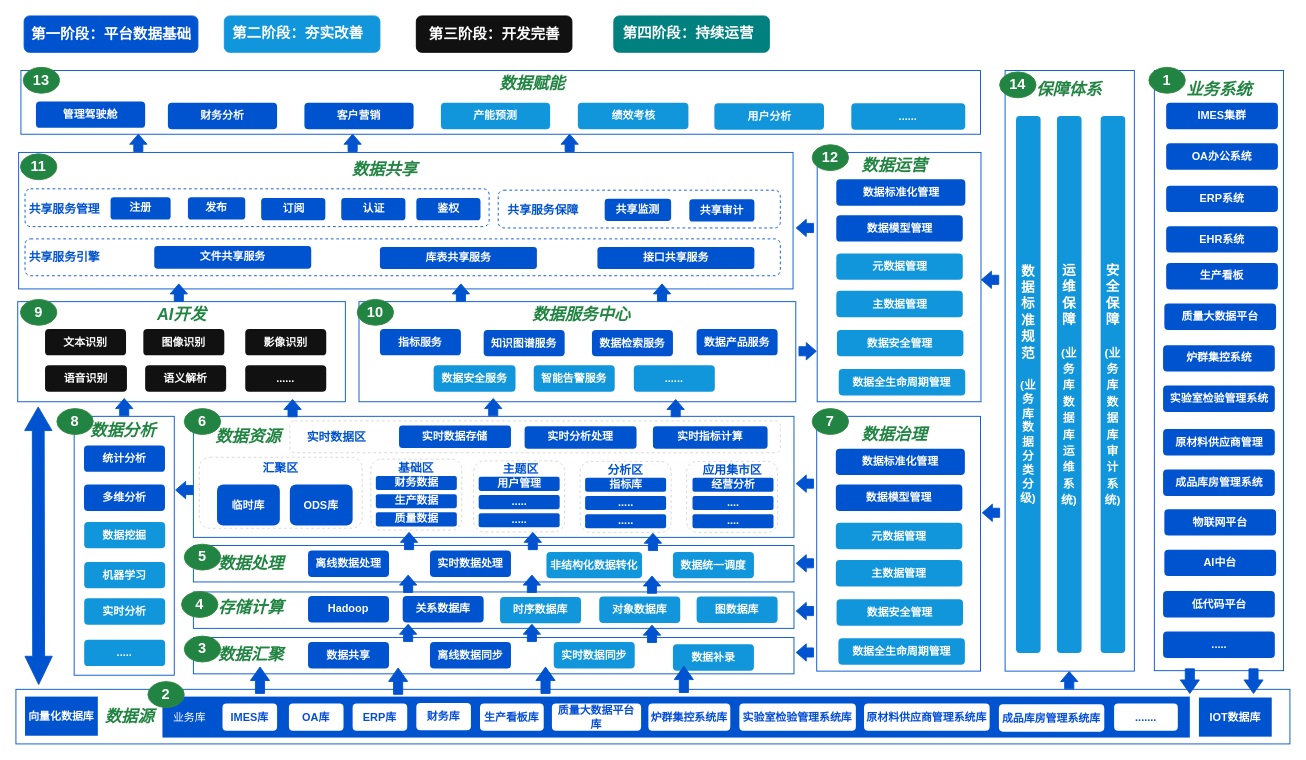
Niujieheng/GitHub_june keeps this draw.io diagram as 数据.drawio. Above is the earlier version. Source tidied: cells renumbered, new cells numbered last; positions are measured from the earlier drawing's top-left corner, leaving out a move shared by most shapes. Both pictures are drawn from the tidied source at 91%, with x=0, y=0 at pixel (15, 15).
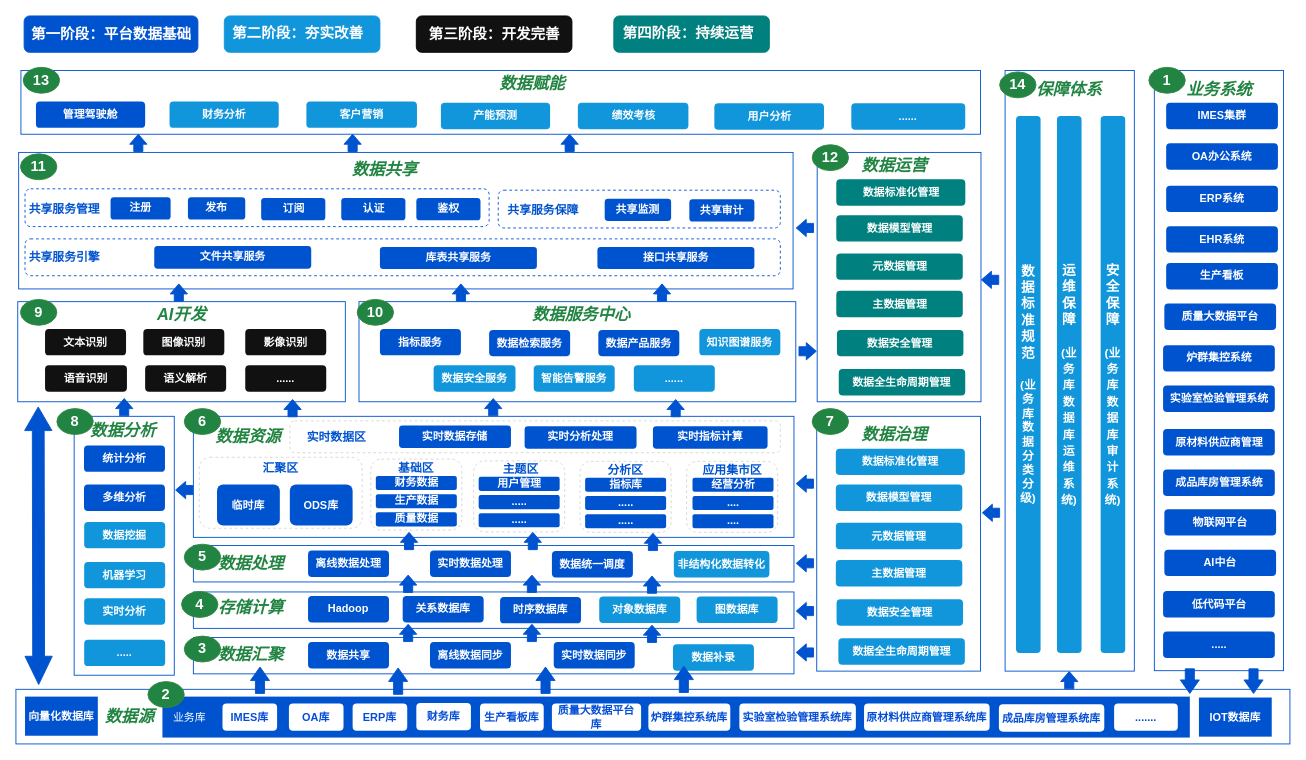
Above is the later version.

What changed in the source:
```diff
@@
-    <mxCell id="29" value="&lt;font color=&quot;#ffffff&quot;&gt;&lt;b&gt;实时数据同步&lt;/b&gt;&lt;/font&gt;" style="text;html=1;whiteSpace=wrap;strokeColor=none;fillColor=light-dark(#1196db, #ededed);align=center;verticalAlign=middle;rounded=1;" parent="1" vertex="1">
+    <mxCell id="29" value="&lt;font color=&quot;#ffffff&quot;&gt;&lt;b&gt;实时数据同步&lt;/b&gt;&lt;/font&gt;" style="text;html=1;whiteSpace=wrap;strokeColor=none;fillColor=light-dark(#0053cf, #ededed);align=center;verticalAlign=middle;rounded=1;" parent="1" vertex="1">
       <mxGeometry x="591" y="688" width="89" height="29" as="geometry" />
     </mxCell>
@@
-    <mxCell id="35" value="&lt;font color=&quot;#ffffff&quot;&gt;&lt;b&gt;时序数据库&lt;/b&gt;&lt;/font&gt;" style="text;html=1;whiteSpace=wrap;strokeColor=none;fillColor=light-dark(#1196db, #ededed);align=center;verticalAlign=middle;rounded=1;" parent="1" vertex="1">
+    <mxCell id="35" value="&lt;font color=&quot;#ffffff&quot;&gt;&lt;b&gt;时序数据库&lt;/b&gt;&lt;/font&gt;" style="text;html=1;whiteSpace=wrap;strokeColor=none;fillColor=light-dark(#0053cf, #ededed);align=center;verticalAlign=middle;rounded=1;" parent="1" vertex="1">
       <mxGeometry x="532" y="638.5" width="89" height="29" as="geometry" />
     </mxCell>
@@
     <mxCell id="42" value="&lt;font color=&quot;#ffffff&quot;&gt;&lt;b&gt;非结构化数据转化&lt;/b&gt;&lt;/font&gt;" style="text;html=1;whiteSpace=wrap;strokeColor=none;fillColor=light-dark(#1196db, #ededed);align=center;verticalAlign=middle;rounded=1;" parent="1" vertex="1">
-      <mxGeometry x="583" y="589" width="105" height="29" as="geometry" />
+      <mxGeometry x="723" y="588" width="105" height="29" as="geometry" />
     </mxCell>
-    <mxCell id="43" value="&lt;font color=&quot;#ffffff&quot;&gt;&lt;b&gt;数据统一调度&lt;/b&gt;&lt;/font&gt;" style="text;html=1;whiteSpace=wrap;strokeColor=none;fillColor=light-dark(#1196db, #ededed);align=center;verticalAlign=middle;rounded=1;" parent="1" vertex="1">
-      <mxGeometry x="722" y="589" width="89" height="29" as="geometry" />
+    <mxCell id="43" value="&lt;font color=&quot;#ffffff&quot;&gt;&lt;b&gt;数据统一调度&lt;/b&gt;&lt;/font&gt;" style="text;html=1;whiteSpace=wrap;strokeColor=none;fillColor=light-dark(#0053cf, #ededed);align=center;verticalAlign=middle;rounded=1;" parent="1" vertex="1">
+      <mxGeometry x="589" y="588" width="89" height="29" as="geometry" />
     </mxCell>
@@
-    <mxCell id="49" value="&lt;font style=&quot;color: light-dark(rgb(255, 255, 255), rgb(237, 237, 237));&quot;&gt;&lt;b style=&quot;&quot;&gt;数据标准化管理&lt;/b&gt;&lt;/font&gt;" style="text;html=1;whiteSpace=wrap;strokeColor=none;fillColor=light-dark(#0053cf, #ededed);align=center;verticalAlign=middle;rounded=1;" parent="1" vertex="1">
+    <mxCell id="49" value="&lt;font style=&quot;color: light-dark(rgb(255, 255, 255), rgb(237, 237, 237));&quot;&gt;&lt;b style=&quot;&quot;&gt;数据标准化管理&lt;/b&gt;&lt;/font&gt;" style="text;html=1;whiteSpace=wrap;strokeColor=none;fillColor=light-dark(#1196db, #ededed);align=center;verticalAlign=middle;rounded=1;" parent="1" vertex="1">
       <mxGeometry x="901" y="475.5" width="141.8" height="29" as="geometry" />
     </mxCell>
-    <mxCell id="50" value="&lt;b style=&quot;color: rgb(255, 255, 255);&quot;&gt;数据模型管理&lt;/b&gt;" style="text;html=1;whiteSpace=wrap;strokeColor=none;fillColor=light-dark(#0053cf, #ededed);align=center;verticalAlign=middle;rounded=1;" parent="1" vertex="1">
+    <mxCell id="50" value="&lt;b style=&quot;color: rgb(255, 255, 255);&quot;&gt;数据模型管理&lt;/b&gt;" style="text;html=1;whiteSpace=wrap;strokeColor=none;fillColor=light-dark(#1196db, #ededed);align=center;verticalAlign=middle;rounded=1;" parent="1" vertex="1">
       <mxGeometry x="901" y="515" width="139" height="29" as="geometry" />
     </mxCell>
@@
-    <mxCell id="71" value="&lt;b style=&quot;color: rgb(255, 255, 255);&quot;&gt;知识图谱服务&lt;/b&gt;" style="text;html=1;whiteSpace=wrap;strokeColor=none;fillColor=light-dark(#0053cf, #ededed);align=center;verticalAlign=middle;rounded=1;" parent="1" vertex="1">
-      <mxGeometry x="514" y="345" width="89" height="29" as="geometry" />
+    <mxCell id="71" value="&lt;b style=&quot;color: rgb(255, 255, 255);&quot;&gt;知识图谱服务&lt;/b&gt;" style="text;html=1;whiteSpace=wrap;strokeColor=none;fillColor=light-dark(#1196db, #ededed);align=center;verticalAlign=middle;rounded=1;" parent="1" vertex="1">
+      <mxGeometry x="751" y="344" width="89" height="29" as="geometry" />
     </mxCell>
@@
     <mxCell id="74" value="&lt;b style=&quot;color: rgb(255, 255, 255);&quot;&gt;数据检索服务&lt;/b&gt;" style="text;html=1;whiteSpace=wrap;strokeColor=none;fillColor=light-dark(#0053cf, #ededed);align=center;verticalAlign=middle;rounded=1;" parent="1" vertex="1">
-      <mxGeometry x="633" y="345" width="89" height="29" as="geometry" />
+      <mxGeometry x="520" y="345" width="89" height="29" as="geometry" />
     </mxCell>
@@
-    <mxCell id="78" value="&lt;font style=&quot;color: light-dark(rgb(255, 255, 255), rgb(237, 237, 237));&quot;&gt;&lt;b style=&quot;&quot;&gt;数据标准化管理&lt;/b&gt;&lt;/font&gt;" style="text;html=1;whiteSpace=wrap;strokeColor=none;fillColor=light-dark(#0053cf, #ededed);align=center;verticalAlign=middle;rounded=1;" parent="1" vertex="1">
+    <mxCell id="78" value="&lt;font style=&quot;color: light-dark(rgb(255, 255, 255), rgb(237, 237, 237));&quot;&gt;&lt;b style=&quot;&quot;&gt;数据标准化管理&lt;/b&gt;&lt;/font&gt;" style="text;html=1;whiteSpace=wrap;strokeColor=none;fillColor=light-dark(#00807f, #EDEDED);align=center;verticalAlign=middle;rounded=1;" parent="1" vertex="1">
       <mxGeometry x="901.5" y="179.5" width="141.8" height="29" as="geometry" />
     </mxCell>
-    <mxCell id="79" value="&lt;b style=&quot;color: rgb(255, 255, 255);&quot;&gt;数据模型管理&lt;/b&gt;" style="text;html=1;whiteSpace=wrap;strokeColor=none;fillColor=light-dark(#0053cf, #ededed);align=center;verticalAlign=middle;rounded=1;" parent="1" vertex="1">
+    <mxCell id="79" value="&lt;b style=&quot;color: rgb(255, 255, 255);&quot;&gt;数据模型管理&lt;/b&gt;" style="text;html=1;whiteSpace=wrap;strokeColor=none;fillColor=light-dark(#00807f, #EDEDED);align=center;verticalAlign=middle;rounded=1;" parent="1" vertex="1">
       <mxGeometry x="901.5" y="219" width="139" height="29" as="geometry" />
     </mxCell>
-    <mxCell id="80" value="&lt;font color=&quot;#ffffff&quot;&gt;&lt;b&gt;元数据管理&lt;/b&gt;&lt;/font&gt;" style="text;html=1;whiteSpace=wrap;strokeColor=none;fillColor=light-dark(#1196db, #ededed);align=center;verticalAlign=middle;rounded=1;" parent="1" vertex="1">
+    <mxCell id="80" value="&lt;font color=&quot;#ffffff&quot;&gt;&lt;b&gt;元数据管理&lt;/b&gt;&lt;/font&gt;" style="text;html=1;whiteSpace=wrap;strokeColor=none;fillColor=light-dark(#00807f, #EDEDED);align=center;verticalAlign=middle;rounded=1;" parent="1" vertex="1">
       <mxGeometry x="901.5" y="261" width="139" height="29" as="geometry" />
     </mxCell>
@@
-    <mxCell id="82" value="&lt;font color=&quot;#ffffff&quot;&gt;&lt;b&gt;主数据管理&lt;/b&gt;&lt;/font&gt;" style="text;html=1;whiteSpace=wrap;strokeColor=none;fillColor=light-dark(#1196db, #ededed);align=center;verticalAlign=middle;rounded=1;" parent="1" vertex="1">
+    <mxCell id="82" value="&lt;font color=&quot;#ffffff&quot;&gt;&lt;b&gt;主数据管理&lt;/b&gt;&lt;/font&gt;" style="text;html=1;whiteSpace=wrap;strokeColor=none;fillColor=light-dark(#00807f, #EDEDED);align=center;verticalAlign=middle;rounded=1;" parent="1" vertex="1">
       <mxGeometry x="901.5" y="302" width="139" height="29" as="geometry" />
     </mxCell>
-    <mxCell id="83" value="&lt;font color=&quot;#ffffff&quot;&gt;&lt;b&gt;数据安全管理&lt;/b&gt;&lt;/font&gt;" style="text;html=1;whiteSpace=wrap;strokeColor=none;fillColor=light-dark(#1196db, #ededed);align=center;verticalAlign=middle;rounded=1;" parent="1" vertex="1">
+    <mxCell id="83" value="&lt;font color=&quot;#ffffff&quot;&gt;&lt;b&gt;数据安全管理&lt;/b&gt;&lt;/font&gt;" style="text;html=1;whiteSpace=wrap;strokeColor=none;fillColor=light-dark(#00807f, #EDEDED);align=center;verticalAlign=middle;rounded=1;" parent="1" vertex="1">
       <mxGeometry x="902.2" y="345" width="139" height="29" as="geometry" />
     </mxCell>
-    <mxCell id="84" value="&lt;font color=&quot;#ffffff&quot;&gt;&lt;b&gt;数据全生命周期管理&lt;/b&gt;&lt;/font&gt;" style="text;html=1;whiteSpace=wrap;strokeColor=none;fillColor=light-dark(#1196db, #ededed);align=center;verticalAlign=middle;rounded=1;" parent="1" vertex="1">
+    <mxCell id="84" value="&lt;font color=&quot;#ffffff&quot;&gt;&lt;b&gt;数据全生命周期管理&lt;/b&gt;&lt;/font&gt;" style="text;html=1;whiteSpace=wrap;strokeColor=none;fillColor=light-dark(#00807f, #EDEDED);align=center;verticalAlign=middle;rounded=1;" parent="1" vertex="1">
       <mxGeometry x="904.2" y="388" width="139" height="29" as="geometry" />
     </mxCell>
     <mxCell id="85" value="&lt;b style=&quot;color: rgb(255, 255, 255);&quot;&gt;数据产品服务&lt;/b&gt;" style="text;html=1;whiteSpace=wrap;strokeColor=none;fillColor=light-dark(#0053cf, #ededed);align=center;verticalAlign=middle;rounded=1;" parent="1" vertex="1">
-      <mxGeometry x="748" y="344" width="89" height="29" as="geometry" />
+      <mxGeometry x="640" y="345" width="89" height="29" as="geometry" />
     </mxCell>
@@
-    <mxCell id="135" value="&lt;b style=&quot;color: rgb(255, 255, 255);&quot;&gt;财务分析&lt;/b&gt;" style="text;html=1;whiteSpace=wrap;strokeColor=none;fillColor=light-dark(#0053cf, #ededed);align=center;verticalAlign=middle;rounded=1;" parent="1" vertex="1">
-      <mxGeometry x="167" y="95.5" width="120" height="29" as="geometry" />
-    </mxCell>
@@
-    <mxCell id="138" value="&lt;b style=&quot;color: rgb(255, 255, 255);&quot;&gt;客户营销&lt;/b&gt;" style="text;html=1;whiteSpace=wrap;strokeColor=none;fillColor=light-dark(#0053cf, #ededed);align=center;verticalAlign=middle;rounded=1;" parent="1" vertex="1">
-      <mxGeometry x="317" y="95.5" width="120" height="29" as="geometry" />
-    </mxCell>
@@
+    <mxCell id="135" value="&lt;b style=&quot;color: rgb(255, 255, 255);&quot;&gt;财务分析&lt;/b&gt;" style="text;html=1;whiteSpace=wrap;strokeColor=none;fillColor=light-dark(#1196db, #ededed);align=center;verticalAlign=middle;rounded=1;" parent="1" vertex="1">
+      <mxGeometry x="168.8" y="94" width="120" height="29" as="geometry" />
+    </mxCell>
+    <mxCell id="138" value="&lt;b style=&quot;color: rgb(255, 255, 255);&quot;&gt;客户营销&lt;/b&gt;" style="text;html=1;whiteSpace=wrap;strokeColor=none;fillColor=light-dark(#1196db, #ededed);align=center;verticalAlign=middle;rounded=1;" parent="1" vertex="1">
+      <mxGeometry x="319.2" y="94" width="121.5" height="29" as="geometry" />
+    </mxCell>
```
